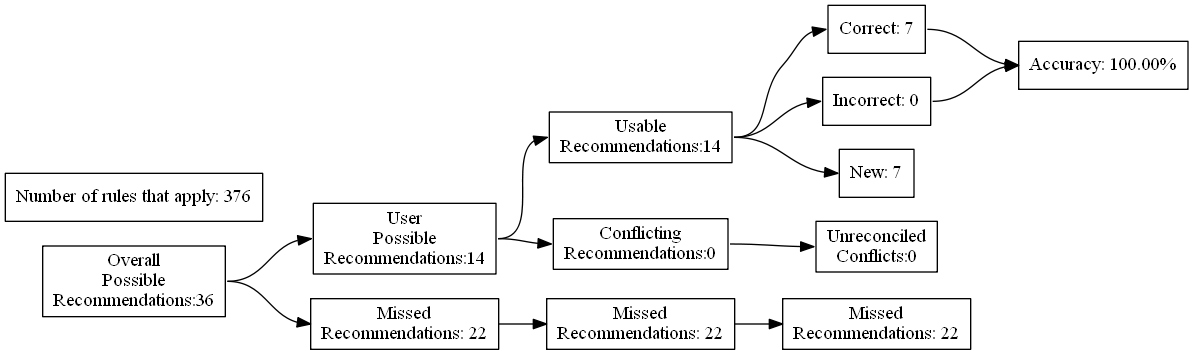
This is test_renders/38.gv.png from ZaxR/ibd_diet_analysis, a Graphviz export, as it was before one commit. Its source is kept beside it as test_renders/38.gv.
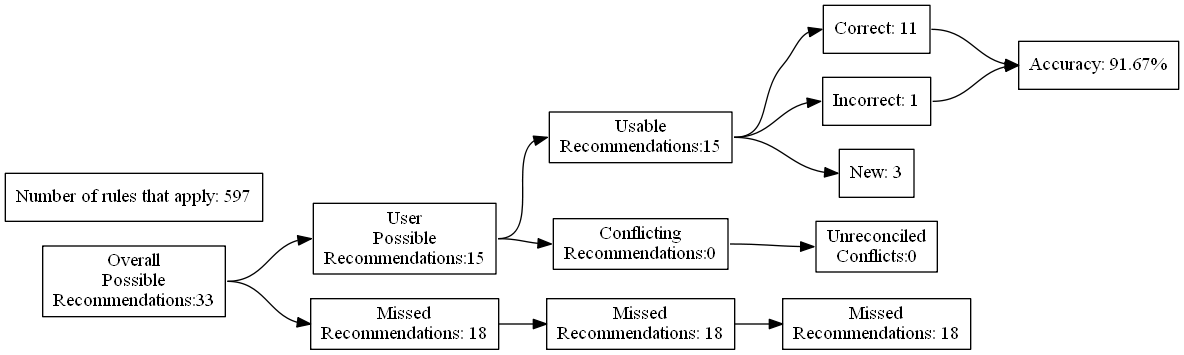
The same diagram one commit later.

Change to the diagram source:
```diff
@@ -4,27 +4,27 @@
 	edge [headport=w tailport=e]
 		A [label="Overall
 Possible
-Recommendations:36"]
+Recommendations:33"]
 		B [label="User
 Possible
-Recommendations:14"]
+Recommendations:15"]
 		C [label="Missed
-Recommendations: 22"]
+Recommendations: 18"]
 		D [label="Usable
-Recommendations:14"]
+Recommendations:15"]
 		E [label="Conflicting
 Recommendations:0"]
 		J [label="Missed
-Recommendations: 22"]
+Recommendations: 18"]
 		M [label="Unreconciled
 Conflicts:0"]
-		F [label="Correct: 7"]
-		G [label="Incorrect: 0"]
-		H [label="New: 7"]
+		F [label="Correct: 11"]
+		G [label="Incorrect: 1"]
+		H [label="New: 3"]
 		K [label="Missed
-Recommendations: 22"]
-		I [label="Accuracy: 100.00%"]
-		l [label="Number of rules that apply: 376"]
+Recommendations: 18"]
+		I [label="Accuracy: 91.67%"]
+		l [label="Number of rules that apply: 597"]
 			A -> B
 			A -> C
 			B -> D
```
